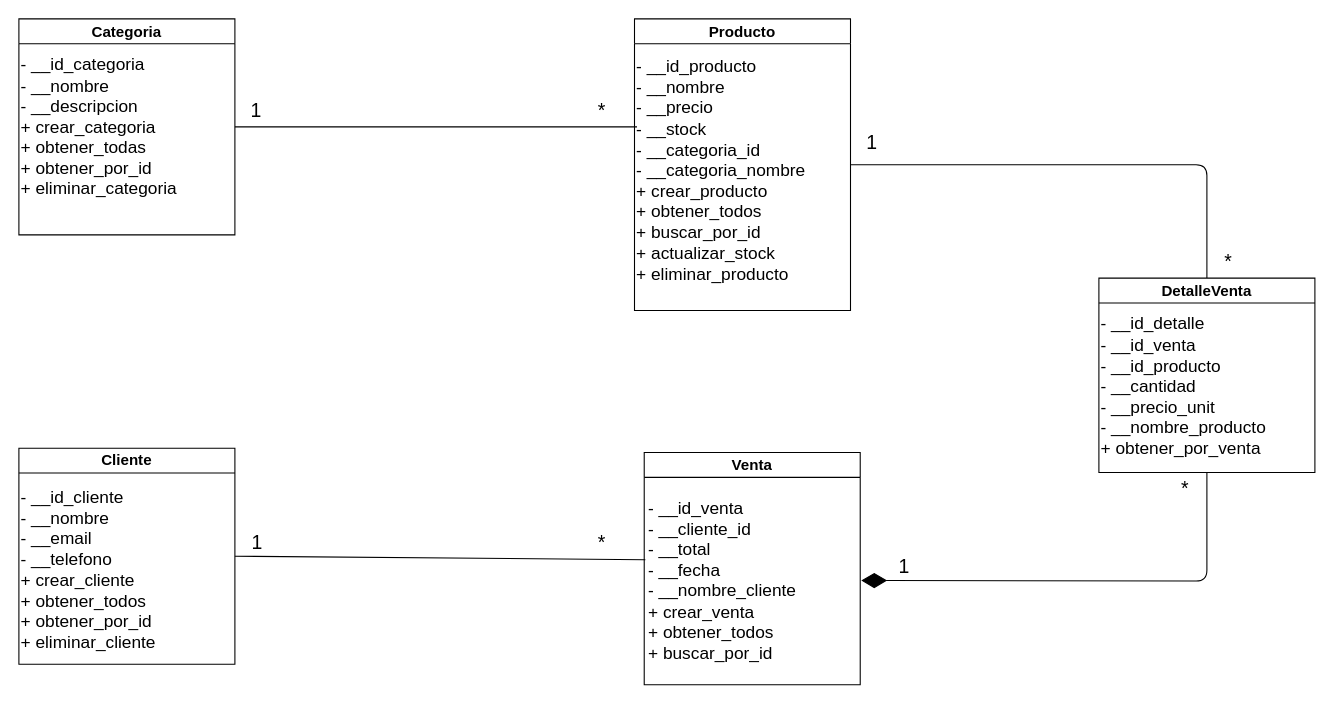
Earlier version of the draw.io diagram diagrama_clase.drawio (pedrodanielpereztorres-maker/tienda_app). Source tidied: cells renumbered, new cells numbered last; positions are measured from the earlier drawing's top-left corner, leaving out a move shared by most shapes. Both pictures are drawn from the tidied source at 108%, with x=0, y=0 at pixel (18, 18).
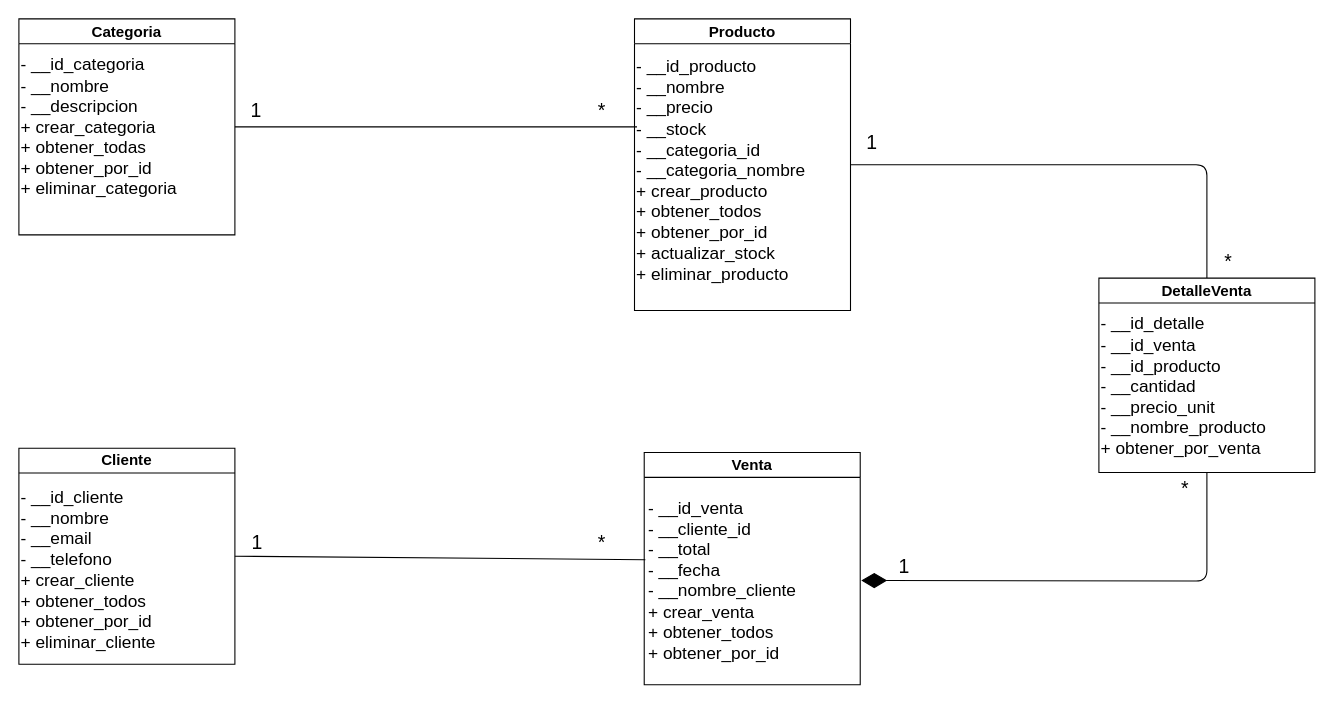
The same diagram, later.

Commit message (it also covers changes not shown here):
Ultimas mejoras

Unchanged cells that the change refers to:
```xml
<mxCell id="4" value="&lt;span style=&quot;font-size: 14px;&quot;&gt;Producto&lt;/span&gt;" style="swimlane;whiteSpace=wrap;html=1;" parent="1" vertex="1">
  <mxGeometry x="570" width="200" height="270" as="geometry" />
</mxCell>
<mxCell id="8" value="&lt;span style=&quot;font-size: 14px;&quot;&gt;Venta&lt;/span&gt;" style="swimlane;whiteSpace=wrap;html=1;" parent="1" vertex="1">
  <mxGeometry x="579" y="401.5" width="200" height="215" as="geometry" />
</mxCell>
```

What changed in the source:
```diff
@@
-    <mxCell id="5" value="&lt;font style=&quot;font-size: 16px;&quot;&gt;- __id_producto&lt;/font&gt;&lt;div style=&quot;&quot;&gt;&lt;font size=&quot;3&quot; style=&quot;&quot;&gt;- __nombre&lt;/font&gt;&lt;/div&gt;&lt;div style=&quot;&quot;&gt;&lt;font size=&quot;3&quot; style=&quot;&quot;&gt;- __precio&lt;/font&gt;&lt;/div&gt;&lt;div style=&quot;&quot;&gt;&lt;font size=&quot;3&quot; style=&quot;&quot;&gt;- __stock&lt;/font&gt;&lt;/div&gt;&lt;div style=&quot;&quot;&gt;&lt;font size=&quot;3&quot; style=&quot;&quot;&gt;- __categoria_id&lt;/font&gt;&lt;/div&gt;&lt;div style=&quot;&quot;&gt;&lt;font size=&quot;3&quot; style=&quot;&quot;&gt;- __categoria_nombre&lt;/font&gt;&lt;/div&gt;&lt;div style=&quot;&quot;&gt;&lt;font size=&quot;3&quot; style=&quot;&quot;&gt;+ crear_producto&lt;/font&gt;&lt;/div&gt;&lt;div style=&quot;&quot;&gt;&lt;font size=&quot;3&quot; style=&quot;&quot;&gt;+ obtener_todos&lt;/font&gt;&lt;/div&gt;&lt;div style=&quot;&quot;&gt;&lt;font size=&quot;3&quot; style=&quot;&quot;&gt;+ buscar_por_id&lt;/font&gt;&lt;/div&gt;&lt;div style=&quot;&quot;&gt;&lt;font size=&quot;3&quot;&gt;&lt;font style=&quot;&quot;&gt;+&amp;nbsp;&lt;/font&gt;&lt;span style=&quot;background-color: transparent;&quot;&gt;&lt;font style=&quot;&quot;&gt;actualizar_stock&lt;/font&gt;&lt;/span&gt;&lt;/font&gt;&lt;/div&gt;&lt;div style=&quot;&quot;&gt;&lt;font size=&quot;3&quot; style=&quot;&quot;&gt;+ eliminar_producto&lt;/font&gt;&lt;/div&gt;" style="text;html=1;align=left;verticalAlign=middle;points=[];strokeColor=none;fillColor=none;" parent="4" vertex="1">
+    <mxCell id="5" value="&lt;font style=&quot;font-size: 16px;&quot;&gt;- __id_producto&lt;/font&gt;&lt;div style=&quot;&quot;&gt;&lt;font size=&quot;3&quot; style=&quot;&quot;&gt;- __nombre&lt;/font&gt;&lt;/div&gt;&lt;div style=&quot;&quot;&gt;&lt;font size=&quot;3&quot; style=&quot;&quot;&gt;- __precio&lt;/font&gt;&lt;/div&gt;&lt;div style=&quot;&quot;&gt;&lt;font size=&quot;3&quot; style=&quot;&quot;&gt;- __stock&lt;/font&gt;&lt;/div&gt;&lt;div style=&quot;&quot;&gt;&lt;font size=&quot;3&quot; style=&quot;&quot;&gt;- __categoria_id&lt;/font&gt;&lt;/div&gt;&lt;div style=&quot;&quot;&gt;&lt;font size=&quot;3&quot; style=&quot;&quot;&gt;- __categoria_nombre&lt;/font&gt;&lt;/div&gt;&lt;div style=&quot;&quot;&gt;&lt;font size=&quot;3&quot; style=&quot;&quot;&gt;+ crear_producto&lt;/font&gt;&lt;/div&gt;&lt;div style=&quot;&quot;&gt;&lt;font size=&quot;3&quot; style=&quot;&quot;&gt;+ obtener_todos&lt;/font&gt;&lt;/div&gt;&lt;div style=&quot;&quot;&gt;&lt;font size=&quot;3&quot; style=&quot;&quot;&gt;+ obtener_por_id&lt;/font&gt;&lt;/div&gt;&lt;div style=&quot;&quot;&gt;&lt;font size=&quot;3&quot;&gt;&lt;font style=&quot;&quot;&gt;+&amp;nbsp;&lt;/font&gt;&lt;span style=&quot;background-color: transparent;&quot;&gt;&lt;font style=&quot;&quot;&gt;actualizar_stock&lt;/font&gt;&lt;/span&gt;&lt;/font&gt;&lt;/div&gt;&lt;div style=&quot;&quot;&gt;&lt;font size=&quot;3&quot; style=&quot;&quot;&gt;+ eliminar_producto&lt;/font&gt;&lt;/div&gt;" style="text;html=1;align=left;verticalAlign=middle;points=[];strokeColor=none;fillColor=none;" parent="4" vertex="1">
       <mxGeometry y="30" width="180" height="220" as="geometry" />
     </mxCell>
@@
-    <mxCell id="9" value="&lt;font style=&quot;font-size: 16px;&quot;&gt;- __id_venta&lt;/font&gt;&lt;div style=&quot;&quot;&gt;&lt;font size=&quot;3&quot; style=&quot;&quot;&gt;- __cliente_id&lt;/font&gt;&lt;/div&gt;&lt;div style=&quot;&quot;&gt;&lt;font size=&quot;3&quot; style=&quot;&quot;&gt;- __total&lt;/font&gt;&lt;/div&gt;&lt;div style=&quot;&quot;&gt;&lt;font size=&quot;3&quot; style=&quot;&quot;&gt;- __fecha&lt;/font&gt;&lt;/div&gt;&lt;div style=&quot;&quot;&gt;&lt;font size=&quot;3&quot; style=&quot;&quot;&gt;- __nombre_cliente&lt;/font&gt;&lt;/div&gt;&lt;div style=&quot;&quot;&gt;&lt;font size=&quot;3&quot; style=&quot;&quot;&gt;+ crear_venta&lt;/font&gt;&lt;/div&gt;&lt;div style=&quot;&quot;&gt;&lt;font size=&quot;3&quot; style=&quot;&quot;&gt;+ obtener_todos&lt;/font&gt;&lt;/div&gt;&lt;div style=&quot;&quot;&gt;&lt;font size=&quot;3&quot; style=&quot;&quot;&gt;+ buscar_por_id&lt;/font&gt;&lt;/div&gt;&lt;div style=&quot;&quot;&gt;&lt;br&gt;&lt;/div&gt;" style="text;html=1;align=left;verticalAlign=middle;points=[];strokeColor=none;fillColor=none;" parent="8" vertex="1">
+    <mxCell id="9" value="&lt;font style=&quot;font-size: 16px;&quot;&gt;- __id_venta&lt;/font&gt;&lt;div style=&quot;&quot;&gt;&lt;font size=&quot;3&quot; style=&quot;&quot;&gt;- __cliente_id&lt;/font&gt;&lt;/div&gt;&lt;div style=&quot;&quot;&gt;&lt;font size=&quot;3&quot; style=&quot;&quot;&gt;- __total&lt;/font&gt;&lt;/div&gt;&lt;div style=&quot;&quot;&gt;&lt;font size=&quot;3&quot; style=&quot;&quot;&gt;- __fecha&lt;/font&gt;&lt;/div&gt;&lt;div style=&quot;&quot;&gt;&lt;font size=&quot;3&quot; style=&quot;&quot;&gt;- __nombre_cliente&lt;/font&gt;&lt;/div&gt;&lt;div style=&quot;&quot;&gt;&lt;font size=&quot;3&quot; style=&quot;&quot;&gt;+ crear_venta&lt;/font&gt;&lt;/div&gt;&lt;div style=&quot;&quot;&gt;&lt;font size=&quot;3&quot; style=&quot;&quot;&gt;+ obtener_todos&lt;/font&gt;&lt;/div&gt;&lt;div style=&quot;&quot;&gt;&lt;font size=&quot;3&quot; style=&quot;&quot;&gt;+ obtener_por_id&lt;/font&gt;&lt;/div&gt;&lt;div style=&quot;&quot;&gt;&lt;br&gt;&lt;/div&gt;" style="text;html=1;align=left;verticalAlign=middle;points=[];strokeColor=none;fillColor=none;" parent="8" vertex="1">
       <mxGeometry x="2" y="35" width="160" height="180" as="geometry" />
     </mxCell>
```
